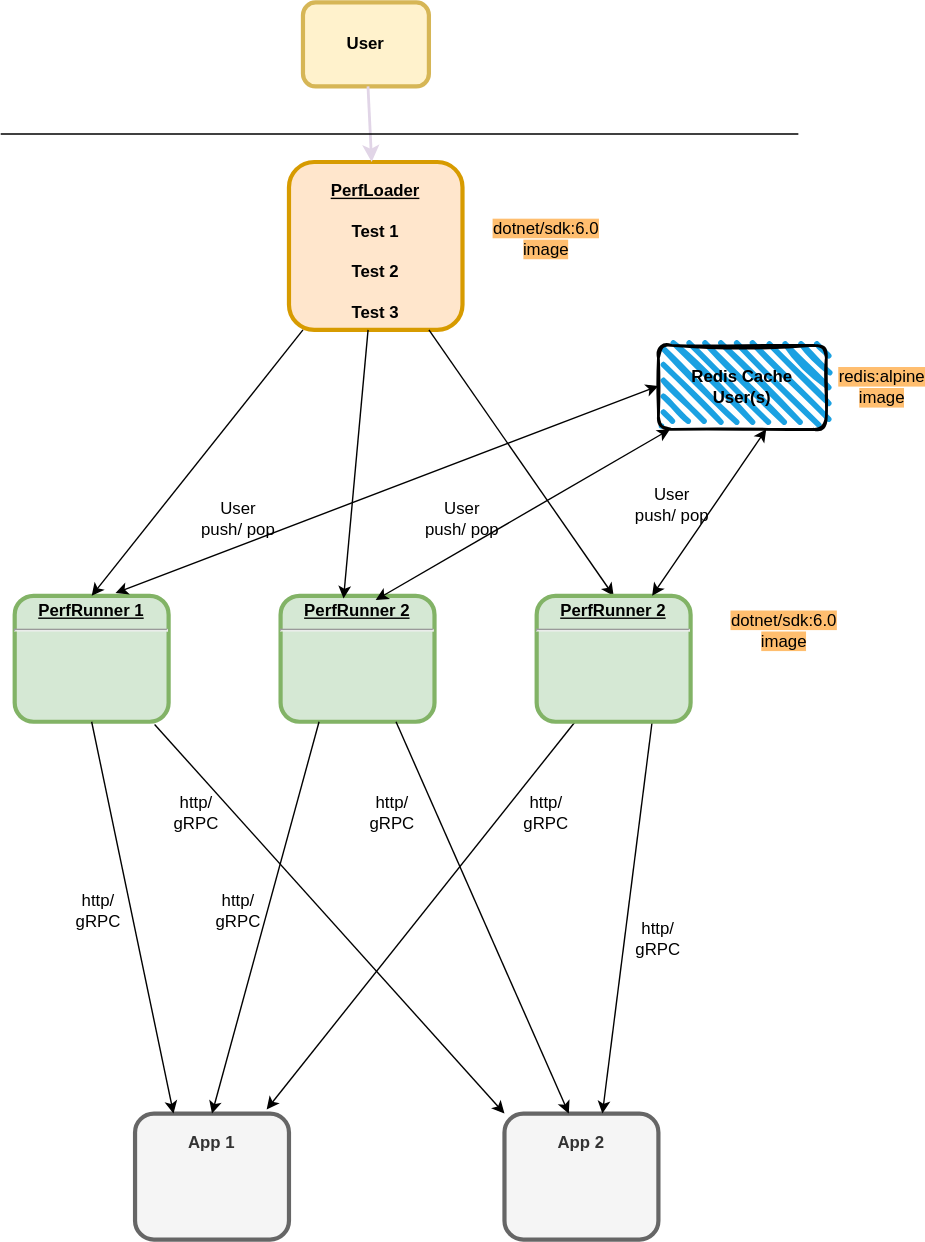
The draw.io diagram Architecture.svg in ragavendra/PerfService, before a commit. Source tidied: cells renumbered, new cells last; positions are measured from the earlier drawing's top-left corner, leaving out a move shared by most shapes.
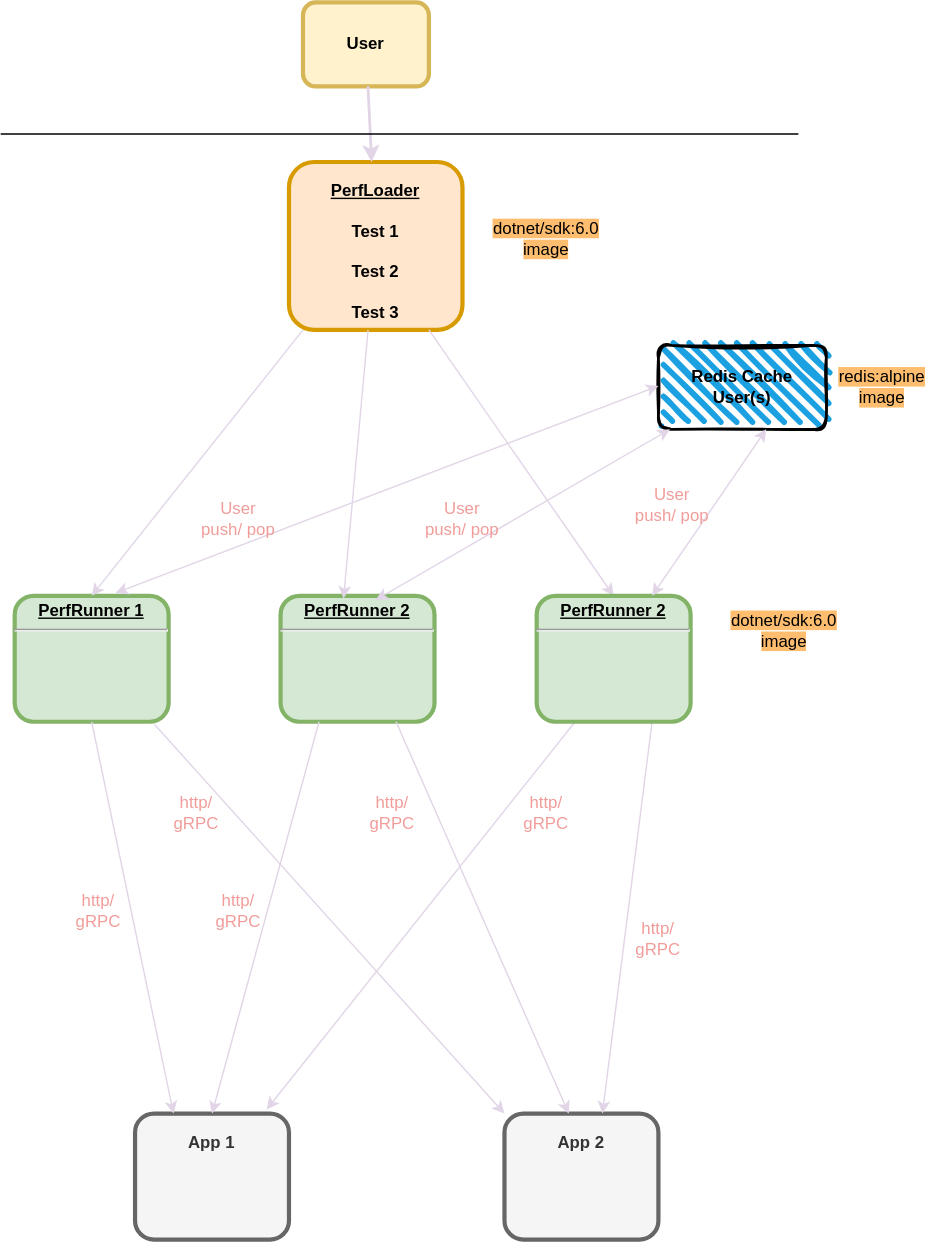
Above is the later version.

Diff of the diagram source:
```diff
@@ -23,58 +23,58 @@
     <mxCell id="8" value="&lt;div&gt;&lt;br&gt;&lt;/div&gt;&lt;div&gt;App 2&lt;/div&gt;" style="verticalAlign=middle;align=center;overflow=fill;fontSize=12;fontFamily=Helvetica;html=1;rounded=1;fontStyle=1;strokeWidth=3;fillColor=#f5f5f5;fontColor=#333333;strokeColor=#666666;" parent="1" vertex="1">
       <mxGeometry x="360" y="794" width="110" height="90" as="geometry" />
     </mxCell>
-    <mxCell id="9" style="endArrow=classic;html=1;rounded=0;exitX=0.909;exitY=1.022;exitDx=0;exitDy=0;exitPerimeter=0;entryX=0;entryY=0;entryDx=0;entryDy=0;" parent="1" edge="1" source="4" target="8">
+    <mxCell id="9" style="endArrow=classic;html=1;rounded=0;exitX=0.909;exitY=1.022;exitDx=0;exitDy=0;exitPerimeter=0;entryX=0;entryY=0;entryDx=0;entryDy=0;strokeColor=#E1D5E7;" parent="1" edge="1" source="4" target="8">
       <mxGeometry relative="1" as="geometry" />
     </mxCell>
-    <mxCell id="10" style="endArrow=classic;html=1;rounded=0;exitX=0.5;exitY=1;exitDx=0;exitDy=0;entryX=0.25;entryY=0;entryDx=0;entryDy=0;" parent="1" edge="1" source="4" target="7">
+    <mxCell id="10" style="endArrow=classic;html=1;rounded=0;exitX=0.5;exitY=1;exitDx=0;exitDy=0;entryX=0.25;entryY=0;entryDx=0;entryDy=0;strokeColor=#E1D5E7;" parent="1" edge="1" source="4" target="7">
       <mxGeometry relative="1" as="geometry" />
     </mxCell>
-    <mxCell id="11" style="endArrow=classic;html=1;rounded=0;exitX=0.25;exitY=1;exitDx=0;exitDy=0;entryX=0.5;entryY=0;entryDx=0;entryDy=0;" parent="1" edge="1" source="6" target="7">
+    <mxCell id="11" style="endArrow=classic;html=1;rounded=0;exitX=0.25;exitY=1;exitDx=0;exitDy=0;entryX=0.5;entryY=0;entryDx=0;entryDy=0;strokeColor=#E1D5E7;" parent="1" edge="1" source="6" target="7">
       <mxGeometry relative="1" as="geometry" />
     </mxCell>
-    <mxCell id="12" style="endArrow=classic;html=1;rounded=0;exitX=0.75;exitY=1;exitDx=0;exitDy=0;entryX=0.418;entryY=0;entryDx=0;entryDy=0;entryPerimeter=0;" parent="1" edge="1" source="6" target="8">
+    <mxCell id="12" style="endArrow=classic;html=1;rounded=0;exitX=0.75;exitY=1;exitDx=0;exitDy=0;entryX=0.418;entryY=0;entryDx=0;entryDy=0;entryPerimeter=0;strokeColor=#E1D5E7;" parent="1" edge="1" source="6" target="8">
       <mxGeometry relative="1" as="geometry" />
     </mxCell>
-    <mxCell id="13" style="endArrow=classic;html=1;rounded=0;exitX=0.75;exitY=1;exitDx=0;exitDy=0;entryX=0.636;entryY=0;entryDx=0;entryDy=0;entryPerimeter=0;" parent="1" edge="1" target="8">
+    <mxCell id="13" style="endArrow=classic;html=1;rounded=0;exitX=0.75;exitY=1;exitDx=0;exitDy=0;entryX=0.636;entryY=0;entryDx=0;entryDy=0;entryPerimeter=0;strokeColor=#E1D5E7;" parent="1" edge="1" target="8">
       <mxGeometry relative="1" as="geometry">
         <mxPoint x="465.5" y="514" as="sourcePoint" />
       </mxGeometry>
     </mxCell>
-    <mxCell id="14" style="endArrow=classic;html=1;rounded=0;entryX=0.855;entryY=-0.033;entryDx=0;entryDy=0;entryPerimeter=0;exitX=0.25;exitY=1;exitDx=0;exitDy=0;" parent="1" edge="1" target="7">
+    <mxCell id="14" style="endArrow=classic;html=1;rounded=0;entryX=0.855;entryY=-0.033;entryDx=0;entryDy=0;entryPerimeter=0;exitX=0.25;exitY=1;exitDx=0;exitDy=0;strokeColor=#E1D5E7;" parent="1" edge="1" target="7">
       <mxGeometry relative="1" as="geometry">
         <mxPoint x="410.5" y="514" as="sourcePoint" />
       </mxGeometry>
     </mxCell>
-    <mxCell id="15" style="endArrow=classic;html=1;rounded=0;exitX=0.691;exitY=1.044;exitDx=0;exitDy=0;entryX=0.5;entryY=0;entryDx=0;entryDy=0;exitPerimeter=0;" parent="1" edge="1">
+    <mxCell id="15" style="endArrow=classic;html=1;rounded=0;exitX=0.691;exitY=1.044;exitDx=0;exitDy=0;entryX=0.5;entryY=0;entryDx=0;entryDy=0;exitPerimeter=0;strokeColor=#E1D5E7;" parent="1" edge="1">
       <mxGeometry relative="1" as="geometry">
         <mxPoint x="306" y="234" as="sourcePoint" />
         <mxPoint x="438" y="424" as="targetPoint" />
       </mxGeometry>
     </mxCell>
-    <mxCell id="16" style="endArrow=classic;html=1;rounded=0;exitX=0.691;exitY=1.044;exitDx=0;exitDy=0;entryX=0.5;entryY=0;entryDx=0;entryDy=0;exitPerimeter=0;" parent="1" edge="1" target="4">
+    <mxCell id="16" style="endArrow=classic;html=1;rounded=0;exitX=0.691;exitY=1.044;exitDx=0;exitDy=0;entryX=0.5;entryY=0;entryDx=0;entryDy=0;exitPerimeter=0;strokeColor=#E1D5E7;" parent="1" edge="1" target="4">
       <mxGeometry relative="1" as="geometry">
         <mxPoint x="216" y="234" as="sourcePoint" />
       </mxGeometry>
     </mxCell>
-    <mxCell id="17" style="endArrow=classic;html=1;rounded=0;entryX=0.409;entryY=0.022;entryDx=0;entryDy=0;entryPerimeter=0;" parent="1" edge="1" source="2" target="6">
+    <mxCell id="17" style="endArrow=classic;html=1;rounded=0;entryX=0.409;entryY=0.022;entryDx=0;entryDy=0;entryPerimeter=0;strokeColor=#E1D5E7;" parent="1" edge="1" source="2" target="6">
       <mxGeometry relative="1" as="geometry" />
     </mxCell>
-    <mxCell id="18" value="http/ gRPC" style="text;html=1;strokeColor=none;fillColor=none;align=center;verticalAlign=middle;whiteSpace=wrap;rounded=0;" parent="1" vertex="1">
+    <mxCell id="18" value="&lt;font color=&quot;#f19c99&quot;&gt;http/ gRPC&lt;/font&gt;" style="text;html=1;strokeColor=none;fillColor=none;align=center;verticalAlign=middle;whiteSpace=wrap;rounded=0;" parent="1" vertex="1">
       <mxGeometry x="40" y="634" width="60" height="30" as="geometry" />
     </mxCell>
-    <mxCell id="19" value="http/ gRPC" style="text;html=1;strokeColor=none;fillColor=none;align=center;verticalAlign=middle;whiteSpace=wrap;rounded=0;" parent="1" vertex="1">
+    <mxCell id="19" value="&lt;font color=&quot;#f19c99&quot;&gt;http/ gRPC&lt;/font&gt;" style="text;html=1;strokeColor=none;fillColor=none;align=center;verticalAlign=middle;whiteSpace=wrap;rounded=0;" parent="1" vertex="1">
       <mxGeometry x="110" y="564" width="60" height="30" as="geometry" />
     </mxCell>
-    <mxCell id="20" value="http/ gRPC" style="text;html=1;strokeColor=none;fillColor=none;align=center;verticalAlign=middle;whiteSpace=wrap;rounded=0;" parent="1" vertex="1">
+    <mxCell id="20" value="&lt;font color=&quot;#f19c99&quot;&gt;http/ gRPC&lt;/font&gt;" style="text;html=1;strokeColor=none;fillColor=none;align=center;verticalAlign=middle;whiteSpace=wrap;rounded=0;" parent="1" vertex="1">
       <mxGeometry x="140" y="634" width="60" height="30" as="geometry" />
     </mxCell>
-    <mxCell id="21" value="http/ gRPC" style="text;html=1;strokeColor=none;fillColor=none;align=center;verticalAlign=middle;whiteSpace=wrap;rounded=0;" parent="1" vertex="1">
+    <mxCell id="21" value="&lt;font color=&quot;#f19c99&quot;&gt;http/ gRPC&lt;/font&gt;" style="text;html=1;strokeColor=none;fillColor=none;align=center;verticalAlign=middle;whiteSpace=wrap;rounded=0;" parent="1" vertex="1">
       <mxGeometry x="250" y="564" width="60" height="30" as="geometry" />
     </mxCell>
-    <mxCell id="22" value="http/ gRPC" style="text;html=1;strokeColor=none;fillColor=none;align=center;verticalAlign=middle;whiteSpace=wrap;rounded=0;" parent="1" vertex="1">
+    <mxCell id="22" value="&lt;font color=&quot;#f19c99&quot;&gt;http/ gRPC&lt;/font&gt;" style="text;html=1;strokeColor=none;fillColor=none;align=center;verticalAlign=middle;whiteSpace=wrap;rounded=0;" parent="1" vertex="1">
       <mxGeometry x="360" y="564" width="60" height="30" as="geometry" />
     </mxCell>
-    <mxCell id="23" value="http/ gRPC" style="text;html=1;strokeColor=none;fillColor=none;align=center;verticalAlign=middle;whiteSpace=wrap;rounded=0;" parent="1" vertex="1">
+    <mxCell id="23" value="&lt;font color=&quot;#f19c99&quot;&gt;http/ gRPC&lt;/font&gt;" style="text;html=1;strokeColor=none;fillColor=none;align=center;verticalAlign=middle;whiteSpace=wrap;rounded=0;" parent="1" vertex="1">
       <mxGeometry x="440" y="654" width="60" height="30" as="geometry" />
     </mxCell>
     <mxCell id="24" value="&lt;p style=&quot;margin: 0px; margin-top: 4px; text-align: center; text-decoration: underline;&quot;&gt;&lt;strong&gt;PerfRunner 2&lt;br&gt;&lt;/strong&gt;&lt;/p&gt;&lt;p style=&quot;margin: 0px; margin-top: 4px; text-align: center; text-decoration: underline;&quot;&gt;&lt;strong&gt;&lt;/strong&gt;&lt;/p&gt;&lt;hr&gt;" style="verticalAlign=middle;align=center;overflow=fill;fontSize=12;fontFamily=Helvetica;html=1;rounded=1;fontStyle=1;strokeWidth=3;fillColor=#d5e8d4;strokeColor=#82b366;" parent="1" vertex="1">
@@ -89,24 +89,24 @@
     <mxCell id="26" value="&lt;b&gt;Redis Cache&lt;br&gt;User(s)&lt;/b&gt;" style="rounded=1;whiteSpace=wrap;html=1;strokeWidth=2;fillWeight=4;hachureGap=8;hachureAngle=45;fillColor=#1ba1e2;sketch=1;" parent="1" vertex="1">
       <mxGeometry x="470" y="245" width="120" height="60" as="geometry" />
     </mxCell>
-    <mxCell id="27" style="endArrow=classic;startArrow=classic;html=1;rounded=0;exitX=0.655;exitY=-0.022;exitDx=0;exitDy=0;exitPerimeter=0;" parent="1" edge="1" source="4">
+    <mxCell id="27" style="endArrow=classic;startArrow=classic;html=1;rounded=0;exitX=0.655;exitY=-0.022;exitDx=0;exitDy=0;exitPerimeter=0;strokeColor=#E1D5E7;" parent="1" edge="1" source="4">
       <mxGeometry relative="1" as="geometry">
         <mxPoint x="470" y="274" as="targetPoint" />
       </mxGeometry>
     </mxCell>
-    <mxCell id="28" style="endArrow=classic;startArrow=classic;html=1;rounded=0;exitX=0.618;exitY=0.033;exitDx=0;exitDy=0;exitPerimeter=0;" parent="1" edge="1" source="6" target="26">
+    <mxCell id="28" style="endArrow=classic;startArrow=classic;html=1;rounded=0;exitX=0.618;exitY=0.033;exitDx=0;exitDy=0;exitPerimeter=0;strokeColor=#E1D5E7;" parent="1" edge="1" source="6" target="26">
       <mxGeometry relative="1" as="geometry" />
     </mxCell>
-    <mxCell id="29" style="endArrow=classic;startArrow=classic;html=1;rounded=0;exitX=0.75;exitY=0;exitDx=0;exitDy=0;entryX=0.642;entryY=1;entryDx=0;entryDy=0;entryPerimeter=0;" parent="1" edge="1" source="24" target="26">
+    <mxCell id="29" style="endArrow=classic;startArrow=classic;html=1;rounded=0;exitX=0.75;exitY=0;exitDx=0;exitDy=0;entryX=0.642;entryY=1;entryDx=0;entryDy=0;entryPerimeter=0;strokeColor=#E1D5E7;" parent="1" edge="1" source="24" target="26">
       <mxGeometry relative="1" as="geometry" />
     </mxCell>
-    <mxCell id="30" value="User push/ pop" style="text;html=1;strokeColor=none;fillColor=none;align=center;verticalAlign=middle;whiteSpace=wrap;rounded=0;" parent="1" vertex="1">
+    <mxCell id="30" value="&lt;font color=&quot;#f19c99&quot;&gt;User push/ pop&lt;/font&gt;" style="text;html=1;strokeColor=none;fillColor=none;align=center;verticalAlign=middle;whiteSpace=wrap;rounded=0;" parent="1" vertex="1">
       <mxGeometry x="140" y="354" width="60" height="30" as="geometry" />
     </mxCell>
-    <mxCell id="31" value="User push/ pop" style="text;html=1;strokeColor=none;fillColor=none;align=center;verticalAlign=middle;whiteSpace=wrap;rounded=0;" parent="1" vertex="1">
+    <mxCell id="31" value="&lt;font color=&quot;#f19c99&quot;&gt;User push/ pop&lt;/font&gt;" style="text;html=1;strokeColor=none;fillColor=none;align=center;verticalAlign=middle;whiteSpace=wrap;rounded=0;" parent="1" vertex="1">
       <mxGeometry x="300" y="354" width="60" height="30" as="geometry" />
     </mxCell>
-    <mxCell id="32" value="User push/ pop" style="text;html=1;strokeColor=none;fillColor=none;align=center;verticalAlign=middle;whiteSpace=wrap;rounded=0;" parent="1" vertex="1">
+    <mxCell id="32" value="&lt;font color=&quot;#f19c99&quot;&gt;User push/ pop&lt;/font&gt;" style="text;html=1;strokeColor=none;fillColor=none;align=center;verticalAlign=middle;whiteSpace=wrap;rounded=0;" parent="1" vertex="1">
       <mxGeometry x="450" y="344" width="60" height="30" as="geometry" />
     </mxCell>
     <mxCell id="33" value="&lt;div&gt;&lt;span style=&quot;background-color: rgb(255, 190, 111);&quot;&gt;dotnet/sdk:6.0&lt;/span&gt;&lt;/div&gt;&lt;div&gt;&lt;span style=&quot;background-color: rgb(255, 190, 111);&quot;&gt;image&lt;/span&gt;&lt;/div&gt;" style="text;html=1;strokeColor=none;fillColor=none;align=center;verticalAlign=middle;whiteSpace=wrap;rounded=0;" parent="1" vertex="1">
```
